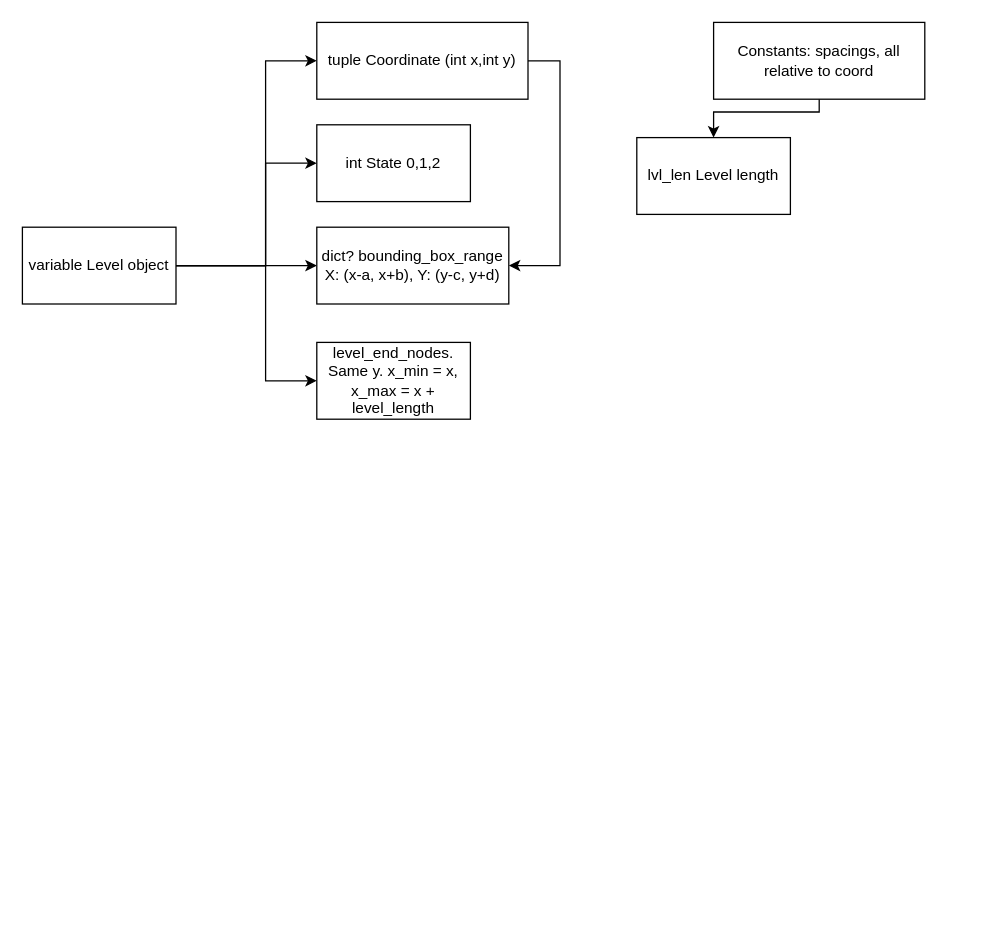
fmorale7/fmorale7.github.io keeps this draw.io diagram as 3-31-25.drawio. Above is the earlier version. Source tidied: cells renumbered, new cells numbered last; positions are measured from the earlier drawing's top-left corner, leaving out a move shared by most shapes. Both pictures are drawn from the tidied source at 128%, with x=0, y=0 at pixel (22, 22).
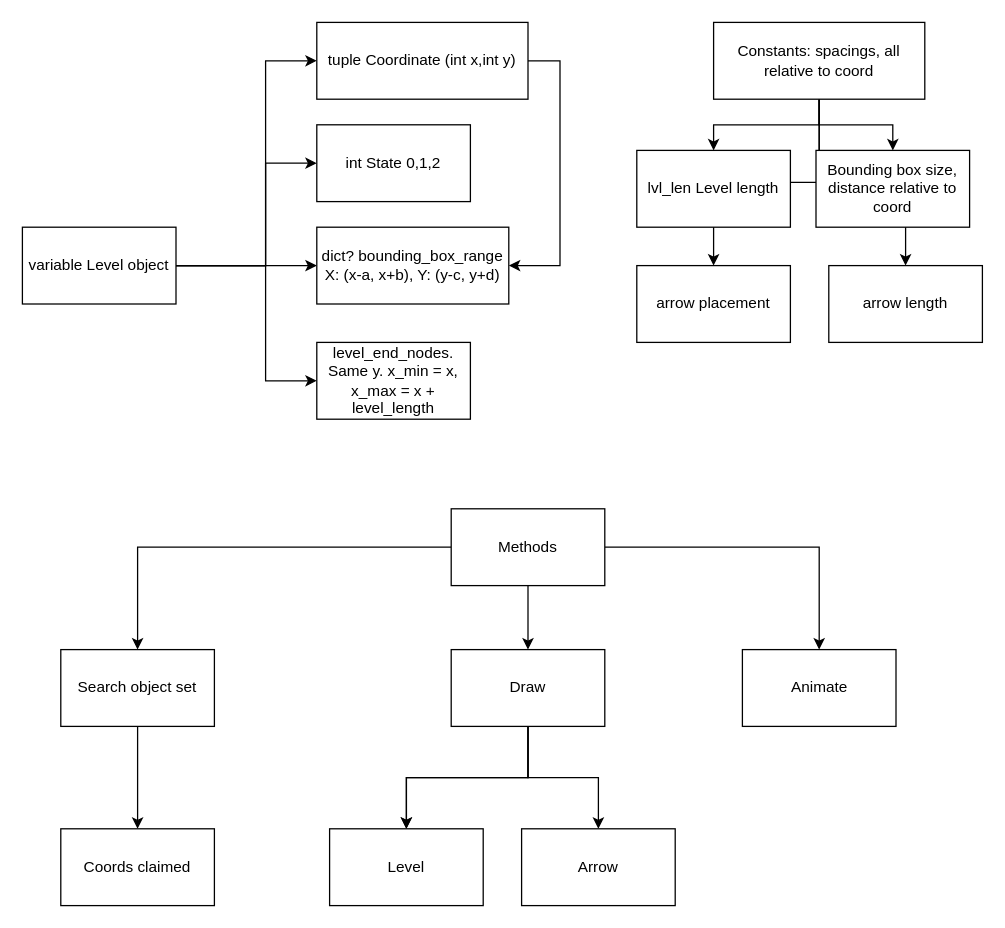
The same page after the edit.

Unchanged cells that the change refers to:
```xml
<mxCell id="13" value="Constants: spacings, all relative to coord" style="whiteSpace=wrap;html=1;" parent="1" vertex="1">
  <mxGeometry x="540" width="165" height="60" as="geometry" />
</mxCell>
```

Change to the diagram source:
```diff
@@
     <mxCell id="12" style="edgeStyle=orthogonalEdgeStyle;rounded=0;jettySize=auto;html=1;" parent="1" edge="1" source="13" target="14">
       <mxGeometry relative="1" as="geometry">
         <Array as="points">
-          <mxPoint x="623" y="70" />
-          <mxPoint x="540" y="70" />
+          <mxPoint x="623" y="80" />
+          <mxPoint x="540" y="80" />
         </Array>
       </mxGeometry>
     </mxCell>
+    <mxCell id="15" style="edgeStyle=orthogonalEdgeStyle;rounded=0;jettySize=auto;html=1;" parent="1" edge="1" source="13" target="18">
+      <mxGeometry relative="1" as="geometry" />
+    </mxCell>
+    <mxCell id="16" style="edgeStyle=orthogonalEdgeStyle;rounded=0;jettySize=auto;html=1;" parent="1" edge="1" source="13" target="19">
+      <mxGeometry relative="1" as="geometry" />
+    </mxCell>
+    <mxCell id="17" style="edgeStyle=orthogonalEdgeStyle;rounded=0;jettySize=auto;html=1;" parent="1" edge="1" source="13" target="20">
+      <mxGeometry relative="1" as="geometry" />
+    </mxCell>
@@
     <mxCell id="14" value="lvl_len Level length" style="whiteSpace=wrap;html=1;" parent="1" vertex="1">
-      <mxGeometry x="480" y="90" width="120" height="60" as="geometry" />
+      <mxGeometry x="480" y="100" width="120" height="60" as="geometry" />
     </mxCell>
+    <mxCell id="18" value="Bounding box size, distance relative to coord" style="whiteSpace=wrap;html=1;" parent="1" vertex="1">
+      <mxGeometry x="620" y="100" width="120" height="60" as="geometry" />
+    </mxCell>
+    <mxCell id="19" value="arrow placement" style="whiteSpace=wrap;html=1;" parent="1" vertex="1">
+      <mxGeometry x="480" y="190" width="120" height="60" as="geometry" />
+    </mxCell>
+    <mxCell id="20" value="arrow length" style="whiteSpace=wrap;html=1;" parent="1" vertex="1">
+      <mxGeometry x="630" y="190" width="120" height="60" as="geometry" />
+    </mxCell>
+    <mxCell id="21" style="edgeStyle=orthogonalEdgeStyle;rounded=0;jettySize=auto;html=1;" parent="1" edge="1" source="24" target="25">
+      <mxGeometry relative="1" as="geometry" />
+    </mxCell>
+    <mxCell id="22" style="edgeStyle=orthogonalEdgeStyle;rounded=0;jettySize=auto;html=1;" parent="1" edge="1" source="24" target="29">
+      <mxGeometry relative="1" as="geometry" />
+    </mxCell>
+    <mxCell id="23" style="edgeStyle=orthogonalEdgeStyle;rounded=0;jettySize=auto;html=1;" parent="1" edge="1" source="24" target="31">
+      <mxGeometry relative="1" as="geometry" />
+    </mxCell>
+    <mxCell id="24" value="Methods" style="rounded=0;whiteSpace=wrap;html=1;" parent="1" vertex="1">
+      <mxGeometry x="335" y="380" width="120" height="60" as="geometry" />
+    </mxCell>
+    <mxCell id="25" value="Animate" style="whiteSpace=wrap;html=1;rounded=0;" parent="1" vertex="1">
+      <mxGeometry x="562.5" y="490" width="120" height="60" as="geometry" />
+    </mxCell>
+    <mxCell id="26" style="edgeStyle=orthogonalEdgeStyle;rounded=0;jettySize=auto;html=1;" parent="1" edge="1" source="29" target="33">
+      <mxGeometry relative="1" as="geometry" />
+    </mxCell>
+    <mxCell id="27" style="edgeStyle=orthogonalEdgeStyle;rounded=0;jettySize=auto;html=1;" parent="1" edge="1" source="29" target="33">
+      <mxGeometry relative="1" as="geometry" />
+    </mxCell>
+    <mxCell id="28" style="edgeStyle=orthogonalEdgeStyle;rounded=0;jettySize=auto;html=1;" parent="1" edge="1" source="29" target="34">
+      <mxGeometry relative="1" as="geometry" />
+    </mxCell>
+    <mxCell id="29" value="Draw" style="whiteSpace=wrap;html=1;rounded=0;" parent="1" vertex="1">
+      <mxGeometry x="335" y="490" width="120" height="60" as="geometry" />
+    </mxCell>
+    <mxCell id="30" style="edgeStyle=orthogonalEdgeStyle;rounded=0;jettySize=auto;html=1;" parent="1" edge="1" source="31" target="32">
+      <mxGeometry relative="1" as="geometry" />
+    </mxCell>
+    <mxCell id="31" value="Search object set" style="whiteSpace=wrap;html=1;rounded=0;" parent="1" vertex="1">
+      <mxGeometry x="30" y="490" width="120" height="60" as="geometry" />
+    </mxCell>
+    <mxCell id="32" value="Coords claimed" style="whiteSpace=wrap;html=1;rounded=0;" parent="1" vertex="1">
+      <mxGeometry x="30" y="630" width="120" height="60" as="geometry" />
+    </mxCell>
+    <mxCell id="33" value="Level" style="whiteSpace=wrap;html=1;rounded=0;" parent="1" vertex="1">
+      <mxGeometry x="240" y="630" width="120" height="60" as="geometry" />
+    </mxCell>
+    <mxCell id="34" value="Arrow" style="whiteSpace=wrap;html=1;rounded=0;" parent="1" vertex="1">
+      <mxGeometry x="390" y="630" width="120" height="60" as="geometry" />
+    </mxCell>
```
